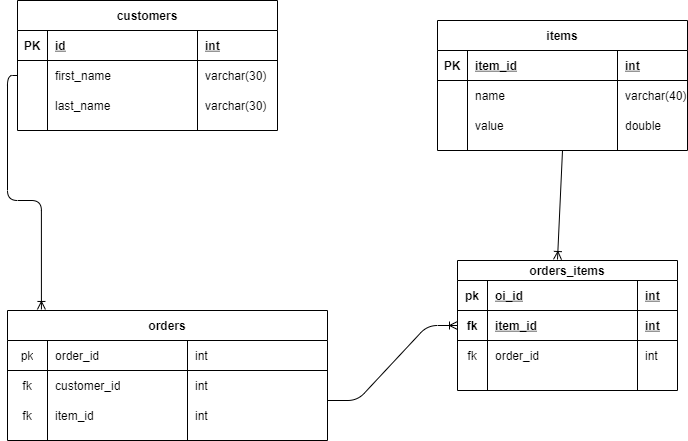
Above: documents/erd1.png in skeletoro/IMS-Starter (draw.io), before the change. Source tidied: cells renumbered, new cells last; positions are measured from the earlier drawing's top-left corner, leaving out a move shared by most shapes.
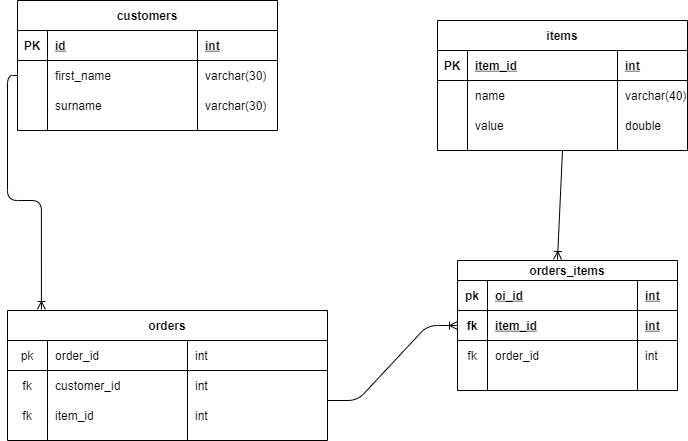
Later version of the same file.

Commit message:
zh uploading jira update and erd1 changes

Change to the diagram source:
```diff
@@ -35,7 +35,7 @@
     <mxCell id="12" style="shape=partialRectangle;fillColor=none;top=0;left=0;bottom=0;right=0;overflow=hidden;" parent="11" vertex="1">
       <mxGeometry width="30" height="30" as="geometry" />
     </mxCell>
-    <mxCell id="13" value="last_name" style="shape=partialRectangle;fillColor=none;top=0;left=0;bottom=0;right=0;align=left;spacingLeft=6;overflow=hidden;" parent="11" vertex="1">
+    <mxCell id="13" value="surname" style="shape=partialRectangle;fillColor=none;top=0;left=0;bottom=0;right=0;align=left;spacingLeft=6;overflow=hidden;" parent="11" vertex="1">
       <mxGeometry x="30" width="150" height="30" as="geometry" />
     </mxCell>
     <mxCell id="14" value="varchar(30)" style="shape=partialRectangle;fillColor=none;top=0;left=0;bottom=0;right=0;align=left;spacingLeft=6;overflow=hidden;" parent="11" vertex="1">
```
